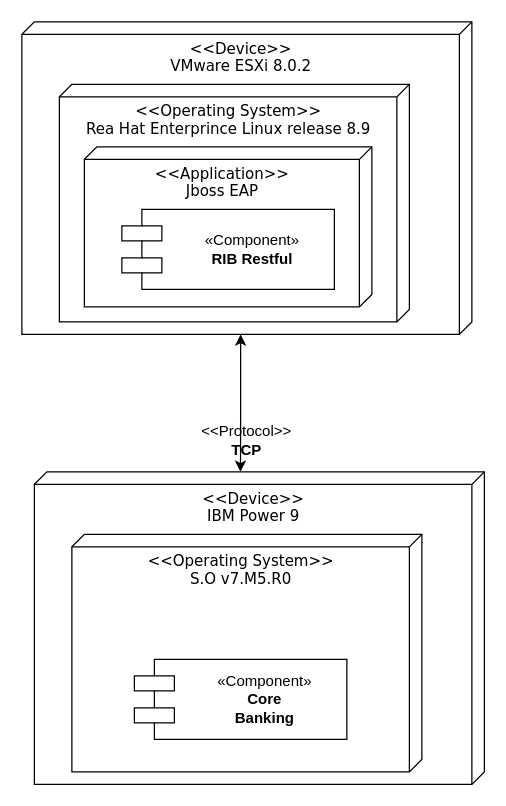
This is DiagramaDespliegueGIBS.drawio from GonzaloDavid/diagramas, a draw.io file, before an edit. Source tidied: cells renumbered, new cells numbered last; positions are measured from the earlier drawing's top-left corner, leaving out a move shared by most shapes. Both pictures are drawn from the tidied source at 125%, with x=0, y=0 at pixel (21, 21).
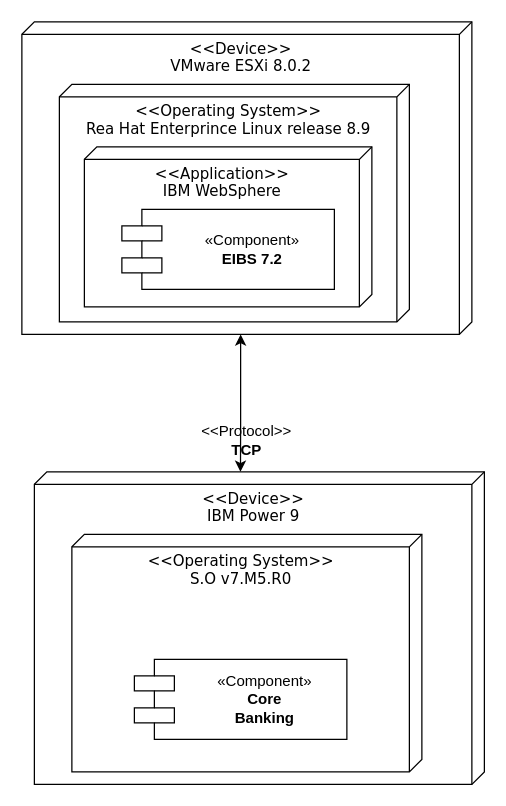
The same page after the edit.

Diff of the diagram source:
```diff
@@
 <mxGraphModel>
   <root>
     <mxCell id="0" />
     <mxCell id="1" parent="0" />
     <mxCell id="2" value="&amp;lt;&amp;lt;Device&amp;gt;&amp;gt;&lt;div&gt;VMware ESXi 8.0.2&lt;/div&gt;" style="verticalAlign=top;align=center;spacingTop=8;spacingLeft=2;spacingRight=12;shape=cube;size=10;direction=south;fontStyle=0;html=1;rounded=0;shadow=0;comic=0;labelBackgroundColor=none;strokeWidth=1;fontFamily=Verdana;fontSize=12;" parent="1" vertex="1">
       <mxGeometry width="360" height="250" as="geometry" />
     </mxCell>
     <mxCell id="3" value="&amp;lt;&amp;lt;Operating System&amp;gt;&amp;gt;&lt;div&gt;Rea Hat Enterprince Linux release 8.9&lt;/div&gt;" style="verticalAlign=top;align=center;spacingTop=8;spacingLeft=2;spacingRight=12;shape=cube;size=10;direction=south;fontStyle=0;html=1;rounded=0;shadow=0;comic=0;labelBackgroundColor=none;strokeWidth=1;fontFamily=Verdana;fontSize=12;" parent="1" vertex="1">
       <mxGeometry x="30" y="50" width="280" height="190" as="geometry" />
     </mxCell>
-    <mxCell id="4" value="&lt;div&gt;&amp;lt;&amp;lt;Application&amp;gt;&amp;gt;&lt;/div&gt;Jboss EAP" style="verticalAlign=top;align=center;spacingTop=8;spacingLeft=2;spacingRight=12;shape=cube;size=10;direction=south;fontStyle=0;html=1;rounded=0;shadow=0;comic=0;labelBackgroundColor=none;strokeWidth=1;fontFamily=Verdana;fontSize=12;" parent="1" vertex="1">
+    <mxCell id="4" value="&lt;div&gt;&amp;lt;&amp;lt;Application&amp;gt;&amp;gt;&lt;/div&gt;&lt;div&gt;IBM WebSphere&lt;/div&gt;" style="verticalAlign=top;align=center;spacingTop=8;spacingLeft=2;spacingRight=12;shape=cube;size=10;direction=south;fontStyle=0;html=1;rounded=0;shadow=0;comic=0;labelBackgroundColor=none;strokeWidth=1;fontFamily=Verdana;fontSize=12;" parent="1" vertex="1">
       <mxGeometry x="50" y="100" width="230" height="128" as="geometry" />
     </mxCell>
-    <mxCell id="5" value="&lt;div style=&quot;&quot;&gt;&lt;span style=&quot;font-family: Helvetica; text-wrap: wrap; background-color: initial;&quot;&gt;«Component»&lt;/span&gt;&lt;/div&gt;&lt;b style=&quot;font-family: Helvetica; text-wrap: wrap;&quot;&gt;&lt;div style=&quot;&quot;&gt;RIB Restful&lt;/div&gt;&lt;/b&gt;" style="shape=component;align=center;spacingLeft=37;rounded=0;shadow=0;comic=0;labelBackgroundColor=none;strokeWidth=1;fontFamily=Verdana;fontSize=12;html=1;verticalAlign=middle;" parent="1" vertex="1">
+    <mxCell id="5" value="&lt;div style=&quot;&quot;&gt;&lt;span style=&quot;font-family: Helvetica; text-wrap: wrap; background-color: initial;&quot;&gt;«Component»&lt;/span&gt;&lt;/div&gt;&lt;b style=&quot;font-family: Helvetica; text-wrap: wrap;&quot;&gt;&lt;div style=&quot;&quot;&gt;EIBS 7.2&lt;/div&gt;&lt;/b&gt;" style="shape=component;align=center;spacingLeft=37;rounded=0;shadow=0;comic=0;labelBackgroundColor=none;strokeWidth=1;fontFamily=Verdana;fontSize=12;html=1;verticalAlign=middle;" parent="1" vertex="1">
       <mxGeometry x="80" y="150" width="170" height="64" as="geometry" />
     </mxCell>
     <mxCell id="6" style="endArrow=classic;startArrow=classic;html=1;rounded=0;entryX=0;entryY=0;entryDx=250;entryDy=185;entryPerimeter=0;exitX=0;exitY=0.542;exitDx=0;exitDy=0;exitPerimeter=0;" parent="1" edge="1" source="8" target="2">
       <mxGeometry relative="1" as="geometry">
         <Array as="points">
           <mxPoint x="175" y="320" />
           <mxPoint x="175" y="280" />
         </Array>
       </mxGeometry>
     </mxCell>
     <mxCell id="7" value="&amp;lt;&amp;lt;Protocol&amp;gt;&amp;gt;&lt;div&gt;&lt;b&gt;TCP&lt;/b&gt;&lt;/div&gt;" style="text;html=1;align=center;verticalAlign=middle;whiteSpace=wrap;rounded=0;" parent="1" vertex="1">
       <mxGeometry x="150" y="320" width="60" height="30" as="geometry" />
     </mxCell>
     <mxCell id="8" value="&amp;lt;&amp;lt;Device&amp;gt;&amp;gt;&lt;div&gt;IBM Power 9&lt;/div&gt;" style="verticalAlign=top;align=center;spacingTop=8;spacingLeft=2;spacingRight=12;shape=cube;size=10;direction=south;fontStyle=0;html=1;rounded=0;shadow=0;comic=0;labelBackgroundColor=none;strokeWidth=1;fontFamily=Verdana;fontSize=12;" parent="1" vertex="1">
       <mxGeometry x="10" y="360" width="360" height="250" as="geometry" />
     </mxCell>
     <mxCell id="9" value="&amp;lt;&amp;lt;Operating System&amp;gt;&amp;gt;&lt;div&gt;S.O v7.M5.R0&lt;/div&gt;" style="verticalAlign=top;align=center;spacingTop=8;spacingLeft=2;spacingRight=12;shape=cube;size=10;direction=south;fontStyle=0;html=1;rounded=0;shadow=0;comic=0;labelBackgroundColor=none;strokeWidth=1;fontFamily=Verdana;fontSize=12;" parent="1" vertex="1">
       <mxGeometry x="40" y="410" width="280" height="190" as="geometry" />
     </mxCell>
     <mxCell id="10" value="&lt;div style=&quot;&quot;&gt;&lt;span style=&quot;font-family: Helvetica; text-wrap: wrap; background-color: initial;&quot;&gt;«Component»&lt;/span&gt;&lt;/div&gt;&lt;b style=&quot;font-family: Helvetica; text-wrap: wrap;&quot;&gt;&lt;div style=&quot;&quot;&gt;Core Banking&lt;br&gt;&lt;/div&gt;&lt;/b&gt;" style="shape=component;align=center;spacingLeft=37;rounded=0;shadow=0;comic=0;labelBackgroundColor=none;strokeWidth=1;fontFamily=Verdana;fontSize=12;html=1;verticalAlign=middle;" parent="1" vertex="1">
       <mxGeometry x="90" y="510" width="170" height="64" as="geometry" />
     </mxCell>
   </root>
 </mxGraphModel>
```
